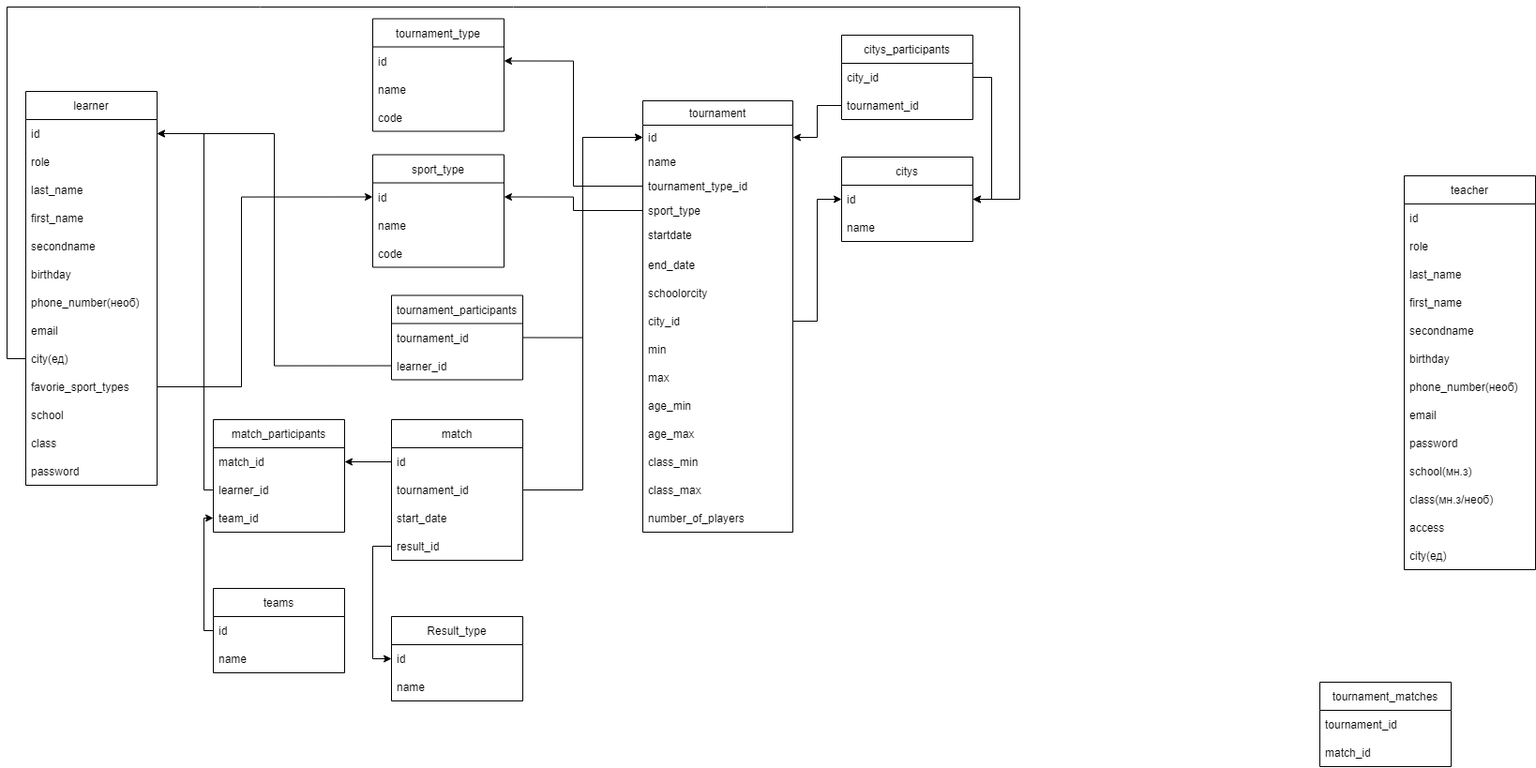
This is wiki/TournamentsUsers.png from SCSummer2022/backend, a draw.io export, as it was before one commit. Source tidied: cells renumbered, new cells last; positions are measured from the earlier drawing's top-left corner, leaving out a move shared by most shapes.
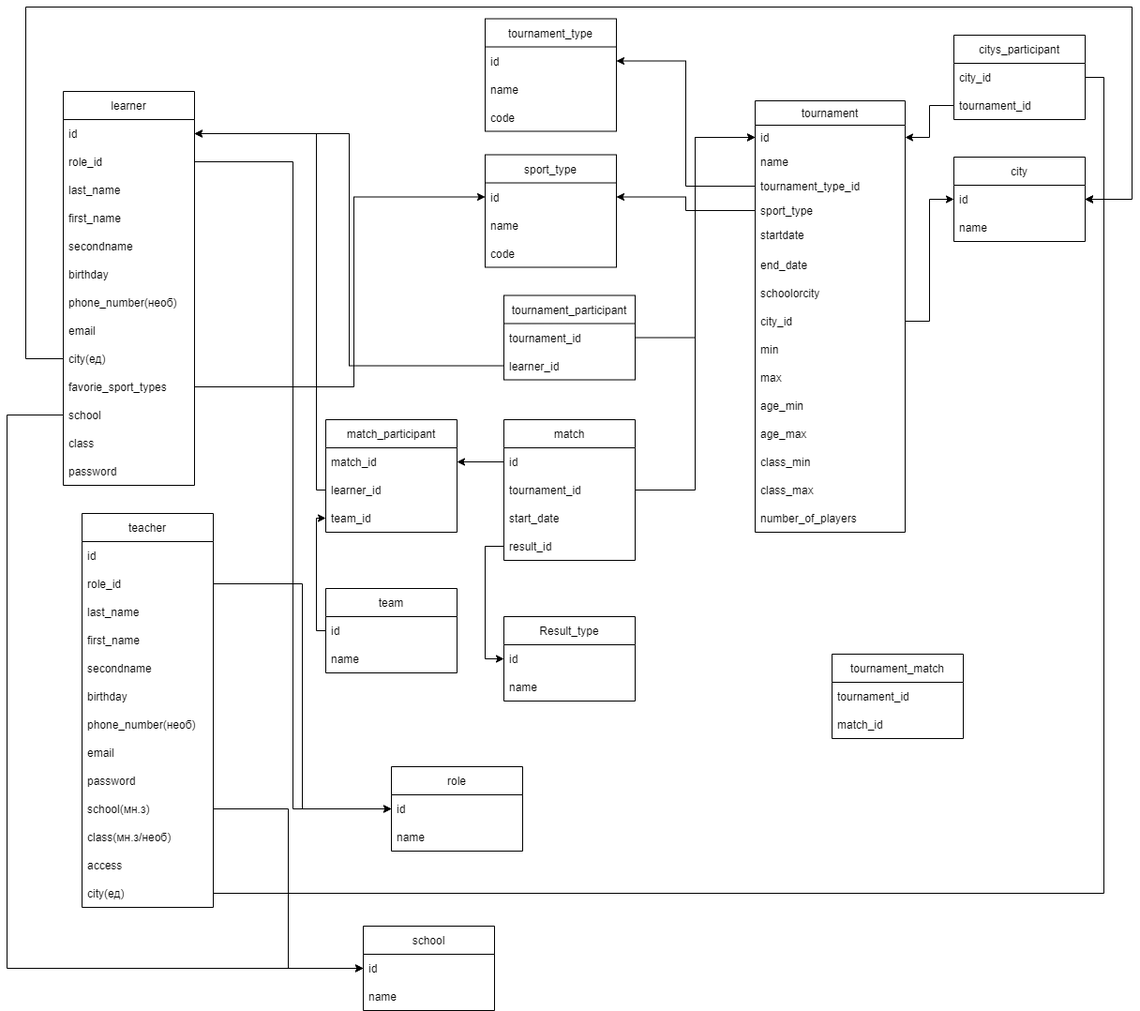
Above is the later version.

Diff of the diagram source:
```diff
@@ -50,8 +50,8 @@
     <mxCell id="17" value="number_of_players" style="text;strokeColor=none;fillColor=none;align=left;verticalAlign=middle;spacingLeft=4;spacingRight=4;overflow=hidden;" parent="2" vertex="1">
       <mxGeometry y="430" width="160" height="30" as="geometry" />
     </mxCell>
-    <mxCell id="18" value="tournament_matches" style="swimlane;fontStyle=0;horizontal=1;startSize=30;" parent="1" vertex="1">
-      <mxGeometry x="1400" y="720" width="140" height="90" as="geometry" />
+    <mxCell id="18" value="tournament_match" style="swimlane;fontStyle=0;horizontal=1;startSize=30;" parent="1" vertex="1">
+      <mxGeometry x="760" y="690" width="140" height="90" as="geometry" />
     </mxCell>
     <mxCell id="19" value="tournament_id" style="text;strokeColor=none;fillColor=none;align=left;verticalAlign=middle;spacingLeft=4;spacingRight=4;overflow=hidden;" parent="18" vertex="1">
       <mxGeometry y="30" width="140" height="30" as="geometry" />
@@ -83,7 +83,7 @@
     <mxCell id="28" value="code" style="text;strokeColor=none;fillColor=none;align=left;verticalAlign=middle;spacingLeft=4;spacingRight=4;overflow=hidden;" parent="25" vertex="1">
       <mxGeometry y="90" width="140" height="30" as="geometry" />
     </mxCell>
-    <mxCell id="29" value="citys_participants" style="swimlane;fontStyle=0;horizontal=1;startSize=30;" parent="1" vertex="1">
+    <mxCell id="29" value="citys_participant" style="swimlane;fontStyle=0;horizontal=1;startSize=30;" parent="1" vertex="1">
       <mxGeometry x="890" y="30" width="140" height="90" as="geometry" />
     </mxCell>
     <mxCell id="30" value="city_id" style="text;strokeColor=none;fillColor=none;align=left;verticalAlign=middle;spacingLeft=4;spacingRight=4;overflow=hidden;points=[[0,0.5],[1,0.5]];portConstraint=eastwest;" parent="29" vertex="1">
@@ -92,7 +92,7 @@
     <mxCell id="31" value="tournament_id" style="text;strokeColor=none;fillColor=none;align=left;verticalAlign=middle;spacingLeft=4;spacingRight=4;overflow=hidden;points=[[0,0.5],[1,0.5]];portConstraint=eastwest;" parent="29" vertex="1">
       <mxGeometry y="60" width="140" height="30" as="geometry" />
     </mxCell>
-    <mxCell id="32" value="tournament_participants" style="swimlane;fontStyle=0;horizontal=1;startSize=30;" parent="1" vertex="1">
+    <mxCell id="32" value="tournament_participant" style="swimlane;fontStyle=0;horizontal=1;startSize=30;" parent="1" vertex="1">
       <mxGeometry x="410" y="307.5" width="140" height="90" as="geometry" />
     </mxCell>
     <mxCell id="33" value="tournament_id" style="text;strokeColor=none;fillColor=none;align=left;verticalAlign=middle;spacingLeft=4;spacingRight=4;overflow=hidden;points=[[0,0.5],[1,0.5]];portConstraint=eastwest;" parent="32" vertex="1">
@@ -101,7 +101,7 @@
     <mxCell id="34" value="learner_id" style="text;strokeColor=none;fillColor=none;align=left;verticalAlign=middle;spacingLeft=4;spacingRight=4;overflow=hidden;points=[[0,0.5],[1,0.5]];portConstraint=eastwest;" parent="32" vertex="1">
       <mxGeometry y="60" width="140" height="30" as="geometry" />
     </mxCell>
-    <mxCell id="35" value="match_participants" style="swimlane;fontStyle=0;horizontal=1;startSize=30;" parent="1" vertex="1">
+    <mxCell id="35" value="match_participant" style="swimlane;fontStyle=0;horizontal=1;startSize=30;" parent="1" vertex="1">
       <mxGeometry x="220" y="440" width="140" height="120" as="geometry" />
     </mxCell>
     <mxCell id="36" value="match_id" style="text;strokeColor=none;fillColor=none;align=left;verticalAlign=middle;spacingLeft=4;spacingRight=4;overflow=hidden;points=[[0,0.5],[1,0.5]];portConstraint=eastwest;" parent="35" vertex="1">
@@ -113,7 +113,7 @@
     <mxCell id="38" value="team_id" style="text;strokeColor=none;fillColor=none;align=left;verticalAlign=middle;spacingLeft=4;spacingRight=4;overflow=hidden;points=[[0,0.5],[1,0.5]];portConstraint=eastwest;" parent="35" vertex="1">
       <mxGeometry y="90" width="140" height="30" as="geometry" />
     </mxCell>
-    <mxCell id="39" value="teams" style="swimlane;fontStyle=0;horizontal=1;startSize=30;" parent="1" vertex="1">
+    <mxCell id="39" value="team" style="swimlane;fontStyle=0;horizontal=1;startSize=30;" parent="1" vertex="1">
       <mxGeometry x="220" y="620" width="140" height="90" as="geometry" />
     </mxCell>
     <mxCell id="40" value="id" style="text;strokeColor=none;fillColor=none;align=left;verticalAlign=middle;spacingLeft=4;spacingRight=4;overflow=hidden;points=[[0,0.5],[1,0.5]];portConstraint=eastwest;" parent="39" vertex="1">
@@ -122,7 +122,7 @@
     <mxCell id="41" value="name" style="text;strokeColor=none;fillColor=none;align=left;verticalAlign=middle;spacingLeft=4;spacingRight=4;overflow=hidden;" parent="39" vertex="1">
       <mxGeometry y="60" width="140" height="30" as="geometry" />
     </mxCell>
-    <mxCell id="42" value="citys" style="swimlane;fontStyle=0;horizontal=1;startSize=30;" parent="1" vertex="1">
+    <mxCell id="42" value="city" style="swimlane;fontStyle=0;horizontal=1;startSize=30;" parent="1" vertex="1">
       <mxGeometry x="890" y="160" width="140" height="90" as="geometry" />
     </mxCell>
     <mxCell id="43" value="id" style="text;strokeColor=none;fillColor=none;align=left;verticalAlign=middle;spacingLeft=4;spacingRight=4;overflow=hidden;points=[[0,0.5],[1,0.5]];portConstraint=eastwest;" parent="42" vertex="1">
@@ -132,12 +132,12 @@
       <mxGeometry y="60" width="140" height="30" as="geometry" />
     </mxCell>
     <mxCell id="45" value="learner" style="swimlane;fontStyle=0;horizontal=1;startSize=30;" parent="1" vertex="1">
-      <mxGeometry x="20" y="90" width="140" height="420" as="geometry" />
+      <mxGeometry x="-60" y="90" width="140" height="420" as="geometry" />
     </mxCell>
     <mxCell id="46" value="id" style="text;strokeColor=none;fillColor=none;align=left;verticalAlign=middle;spacingLeft=4;spacingRight=4;overflow=hidden;points=[[0,0.5],[1,0.5]];portConstraint=eastwest;" parent="45" vertex="1">
       <mxGeometry y="30" width="140" height="30" as="geometry" />
     </mxCell>
-    <mxCell id="47" value="role" style="text;strokeColor=none;fillColor=none;align=left;verticalAlign=middle;spacingLeft=4;spacingRight=4;overflow=hidden;points=[[0,0.5],[1,0.5]];portConstraint=eastwest;" parent="45" vertex="1">
+    <mxCell id="47" value="role_id" style="text;strokeColor=none;fillColor=none;align=left;verticalAlign=middle;spacingLeft=4;spacingRight=4;overflow=hidden;points=[[0,0.5],[1,0.5]];portConstraint=eastwest;" parent="45" vertex="1">
       <mxGeometry y="60" width="140" height="30" as="geometry" />
     </mxCell>
     <mxCell id="48" value="last_name" style="text;strokeColor=none;fillColor=none;align=left;verticalAlign=middle;spacingLeft=4;spacingRight=4;overflow=hidden;" parent="45" vertex="1">
@@ -192,12 +192,12 @@
       <mxGeometry relative="1" as="geometry" />
     </mxCell>
     <mxCell id="65" value="teacher" style="swimlane;fontStyle=0;horizontal=1;startSize=30;" parent="1" vertex="1">
-      <mxGeometry x="1490" y="180" width="140" height="420" as="geometry" />
+      <mxGeometry x="-40" y="540" width="140" height="420" as="geometry" />
     </mxCell>
     <mxCell id="66" value="id" style="text;strokeColor=none;fillColor=none;align=left;verticalAlign=middle;spacingLeft=4;spacingRight=4;overflow=hidden;" parent="65" vertex="1">
       <mxGeometry y="30" width="140" height="30" as="geometry" />
     </mxCell>
-    <mxCell id="67" value="role" style="text;strokeColor=none;fillColor=none;align=left;verticalAlign=middle;spacingLeft=4;spacingRight=4;overflow=hidden;points=[[0,0.5],[1,0.5]];portConstraint=eastwest;" parent="65" vertex="1">
+    <mxCell id="67" value="role_id" style="text;strokeColor=none;fillColor=none;align=left;verticalAlign=middle;spacingLeft=4;spacingRight=4;overflow=hidden;points=[[0,0.5],[1,0.5]];portConstraint=eastwest;" parent="65" vertex="1">
       <mxGeometry y="60" width="140" height="30" as="geometry" />
     </mxCell>
     <mxCell id="68" value="last_name" style="text;strokeColor=none;fillColor=none;align=left;verticalAlign=middle;spacingLeft=4;spacingRight=4;overflow=hidden;" parent="65" vertex="1">
@@ -288,8 +288,8 @@
     <mxCell id="93" style="edgeStyle=orthogonalEdgeStyle;rounded=0;jettySize=auto;html=1;exitX=0;exitY=0.5;exitDx=0;exitDy=0;entryX=1;entryY=0.5;entryDx=0;entryDy=0;" parent="1" edge="1" source="54" target="43">
       <mxGeometry relative="1" as="geometry">
         <Array as="points">
-          <mxPoint y="375" />
-          <mxPoint />
+          <mxPoint x="-100" y="375" />
+          <mxPoint x="-100" />
           <mxPoint x="1080" />
           <mxPoint x="1080" y="205" />
         </Array>
@@ -303,5 +303,43 @@
         </Array>
       </mxGeometry>
     </mxCell>
+    <mxCell id="95" value="role" style="swimlane;fontStyle=0;horizontal=1;startSize=30;" parent="1" vertex="1">
+      <mxGeometry x="290" y="810" width="140" height="90" as="geometry" />
+    </mxCell>
+    <mxCell id="96" value="id" style="text;strokeColor=none;fillColor=none;align=left;verticalAlign=middle;spacingLeft=4;spacingRight=4;overflow=hidden;points=[[0,0.5],[1,0.5]];portConstraint=eastwest;" parent="95" vertex="1">
+      <mxGeometry y="30" width="140" height="30" as="geometry" />
+    </mxCell>
+    <mxCell id="97" value="name" style="text;strokeColor=none;fillColor=none;align=left;verticalAlign=middle;spacingLeft=4;spacingRight=4;overflow=hidden;" parent="95" vertex="1">
+      <mxGeometry y="60" width="140" height="30" as="geometry" />
+    </mxCell>
+    <mxCell id="98" style="edgeStyle=orthogonalEdgeStyle;rounded=0;jettySize=auto;html=1;entryX=0;entryY=0.5;entryDx=0;entryDy=0;" parent="1" edge="1" source="67" target="96">
+      <mxGeometry relative="1" as="geometry" />
+    </mxCell>
+    <mxCell id="99" style="edgeStyle=orthogonalEdgeStyle;rounded=0;jettySize=auto;html=1;entryX=0;entryY=0.5;entryDx=0;entryDy=0;" parent="1" edge="1" source="47" target="96">
+      <mxGeometry relative="1" as="geometry" />
+    </mxCell>
+    <mxCell id="100" value="school" style="swimlane;fontStyle=0;horizontal=1;startSize=30;" parent="1" vertex="1">
+      <mxGeometry x="260" y="980" width="140" height="90" as="geometry" />
+    </mxCell>
+    <mxCell id="101" value="id" style="text;strokeColor=none;fillColor=none;align=left;verticalAlign=middle;spacingLeft=4;spacingRight=4;overflow=hidden;points=[[0,0.5],[1,0.5]];portConstraint=eastwest;" parent="100" vertex="1">
+      <mxGeometry y="30" width="140" height="30" as="geometry" />
+    </mxCell>
+    <mxCell id="102" value="name" style="text;strokeColor=none;fillColor=none;align=left;verticalAlign=middle;spacingLeft=4;spacingRight=4;overflow=hidden;" parent="100" vertex="1">
+      <mxGeometry y="60" width="140" height="30" as="geometry" />
+    </mxCell>
+    <mxCell id="103" style="edgeStyle=orthogonalEdgeStyle;rounded=0;jettySize=auto;html=1;entryX=0;entryY=0.5;entryDx=0;entryDy=0;" parent="1" edge="1" source="75" target="101">
+      <mxGeometry relative="1" as="geometry" />
+    </mxCell>
+    <mxCell id="104" style="edgeStyle=orthogonalEdgeStyle;rounded=0;jettySize=auto;html=1;entryX=1;entryY=0.5;entryDx=0;entryDy=0;" parent="1" edge="1" source="78" target="43">
+      <mxGeometry relative="1" as="geometry" />
+    </mxCell>
+    <mxCell id="105" style="edgeStyle=orthogonalEdgeStyle;rounded=0;jettySize=auto;html=1;entryX=0;entryY=0.5;entryDx=0;entryDy=0;" parent="1" edge="1" source="56" target="101">
+      <mxGeometry relative="1" as="geometry">
+        <Array as="points">
+          <mxPoint x="-120" y="435" />
+          <mxPoint x="-120" y="1025" />
+        </Array>
+      </mxGeometry>
+    </mxCell>
   </root>
 </mxGraphModel>
```
